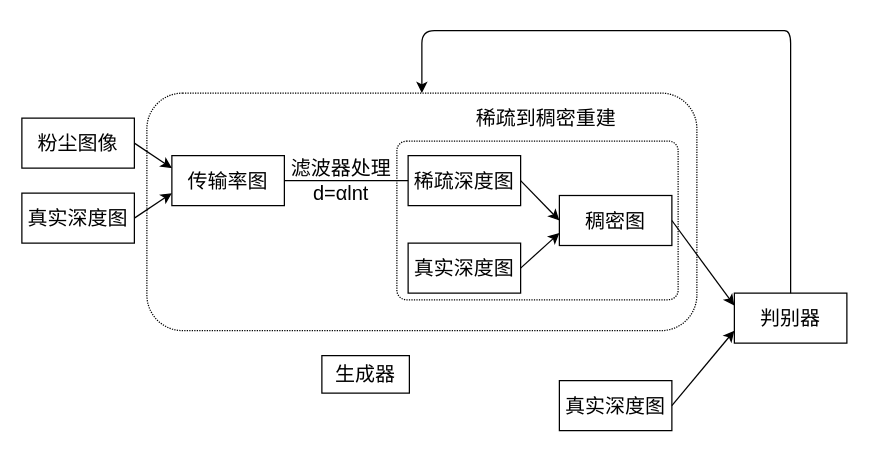
Above: Untitled Diagram.drawio in JhmRoy/lanqiao (draw.io), before the change. Source tidied: cells renumbered, new cells numbered last; positions are measured from the earlier drawing's top-left corner, leaving out a move shared by most shapes. Both pictures are drawn from the tidied source at 125%, with x=0, y=0 at pixel (21, 30).
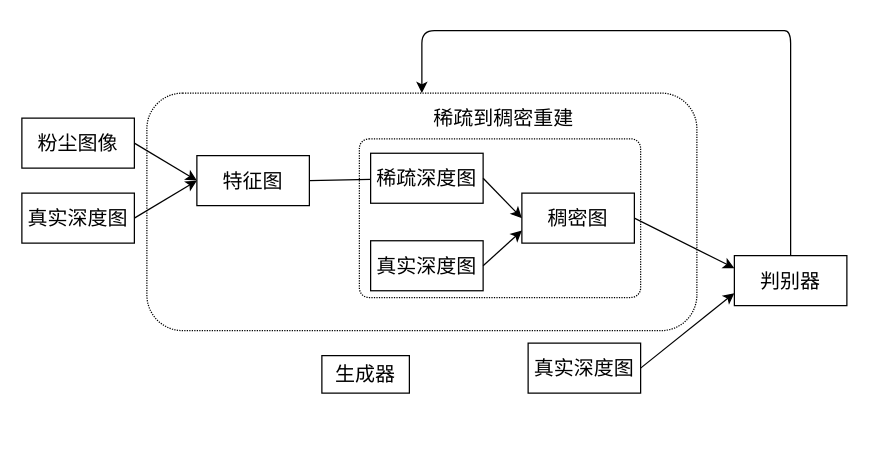
The same diagram, later.

The change refers to these unchanged cells:
```xml
<mxCell id="5" value="粉尘图像" style="rounded=0;whiteSpace=wrap;html=1;fillColor=none;fontSize=16;" parent="1" vertex="1">
  <mxGeometry y="70" width="90" height="40" as="geometry" />
</mxCell>
<mxCell id="6" value="真实深度图" style="rounded=0;whiteSpace=wrap;html=1;fillColor=none;fontSize=16;" parent="1" vertex="1">
  <mxGeometry y="130" width="90" height="40" as="geometry" />
</mxCell>
```

Change to the diagram source:
```diff
@@
     <mxCell id="3" style="rounded=1;whiteSpace=wrap;html=1;fillColor=none;dashed=1;fontSize=16;arcSize=6;dashPattern=1 1;" parent="1" vertex="1">
-      <mxGeometry x="300" y="88.4" width="225" height="126.9" as="geometry" />
+      <mxGeometry x="270" y="86.6" width="225" height="126.9" as="geometry" />
     </mxCell>
@@
-    <mxCell id="7" value="传输率图" style="rounded=0;whiteSpace=wrap;html=1;fillColor=none;fontSize=16;" parent="1" vertex="1">
-      <mxGeometry x="120" y="100" width="90" height="40" as="geometry" />
+    <mxCell id="7" value="特征图" style="rounded=0;whiteSpace=wrap;html=1;fillColor=none;fontSize=16;" parent="1" vertex="1">
+      <mxGeometry x="140" y="100" width="90" height="40" as="geometry" />
     </mxCell>
@@
     <mxCell id="9" value="稀疏深度图" style="rounded=0;whiteSpace=wrap;html=1;fillColor=none;fontSize=16;" parent="1" vertex="1">
-      <mxGeometry x="309" y="100" width="90" height="40" as="geometry" />
+      <mxGeometry x="279" y="98.1" width="90" height="40" as="geometry" />
     </mxCell>
-    <mxCell id="10" style="endArrow=classic;html=1;exitX=1;exitY=0.5;exitDx=0;exitDy=0;entryX=0;entryY=0.25;entryDx=0;entryDy=0;fontSize=16;" parent="1" edge="1" source="5" target="7">
+    <mxCell id="10" style="endArrow=classic;html=1;exitX=1;exitY=0.5;exitDx=0;exitDy=0;entryX=0;entryY=0.5;entryDx=0;entryDy=0;fontSize=16;" parent="1" edge="1" source="5" target="7">
       <mxGeometry relative="1" as="geometry" />
     </mxCell>
-    <mxCell id="11" style="endArrow=classic;html=1;exitX=1;exitY=0.5;exitDx=0;exitDy=0;entryX=0;entryY=0.75;entryDx=0;entryDy=0;fontSize=16;" parent="1" edge="1" source="6" target="7">
+    <mxCell id="11" style="endArrow=classic;html=1;exitX=1;exitY=0.5;exitDx=0;exitDy=0;entryX=0;entryY=0.5;entryDx=0;entryDy=0;fontSize=16;" parent="1" edge="1" source="6" target="7">
       <mxGeometry relative="1" as="geometry" />
     </mxCell>
-    <mxCell id="12" value="滤波器处理" style="text;html=1;align=center;verticalAlign=middle;fontSize=16;" parent="1" vertex="1">
-      <mxGeometry x="205" y="100" width="100" height="20" as="geometry" />
-    </mxCell>
     <mxCell id="13" value="真实深度图" style="rounded=0;whiteSpace=wrap;html=1;fillColor=none;fontSize=16;" parent="1" vertex="1">
-      <mxGeometry x="309" y="170" width="90" height="40" as="geometry" />
+      <mxGeometry x="279" y="168.1" width="90" height="40" as="geometry" />
     </mxCell>
@@
     <mxCell id="15" value="稠密图" style="rounded=0;whiteSpace=wrap;html=1;fillColor=none;fontSize=16;" parent="1" vertex="1">
-      <mxGeometry x="430" y="131.9" width="90" height="40" as="geometry" />
+      <mxGeometry x="400" y="130" width="90" height="40" as="geometry" />
     </mxCell>
-    <mxCell id="16" value="d=αlnt" style="text;html=1;align=center;verticalAlign=middle;fontSize=16;" parent="1" vertex="1">
-      <mxGeometry x="225" y="120" width="60" height="20" as="geometry" />
-    </mxCell>
     <mxCell id="17" value="稀疏到稠密重建" style="text;html=1;align=center;verticalAlign=middle;fontSize=16;" parent="1" vertex="1">
-      <mxGeometry x="354" y="60" width="130" height="20" as="geometry" />
+      <mxGeometry x="320" y="60" width="130" height="20" as="geometry" />
     </mxCell>
@@
     <mxCell id="19" value="真实深度图" style="rounded=0;whiteSpace=wrap;html=1;fillColor=none;fontSize=16;" parent="1" vertex="1">
-      <mxGeometry x="430" y="280" width="90" height="40" as="geometry" />
+      <mxGeometry x="405" y="250" width="90" height="40" as="geometry" />
     </mxCell>
@@
     <mxCell id="21" value="判别器" style="rounded=0;whiteSpace=wrap;html=1;fillColor=none;fontSize=16;" parent="1" vertex="1">
-      <mxGeometry x="570" y="210" width="90" height="40" as="geometry" />
+      <mxGeometry x="570" y="180" width="90" height="40" as="geometry" />
     </mxCell>
```
